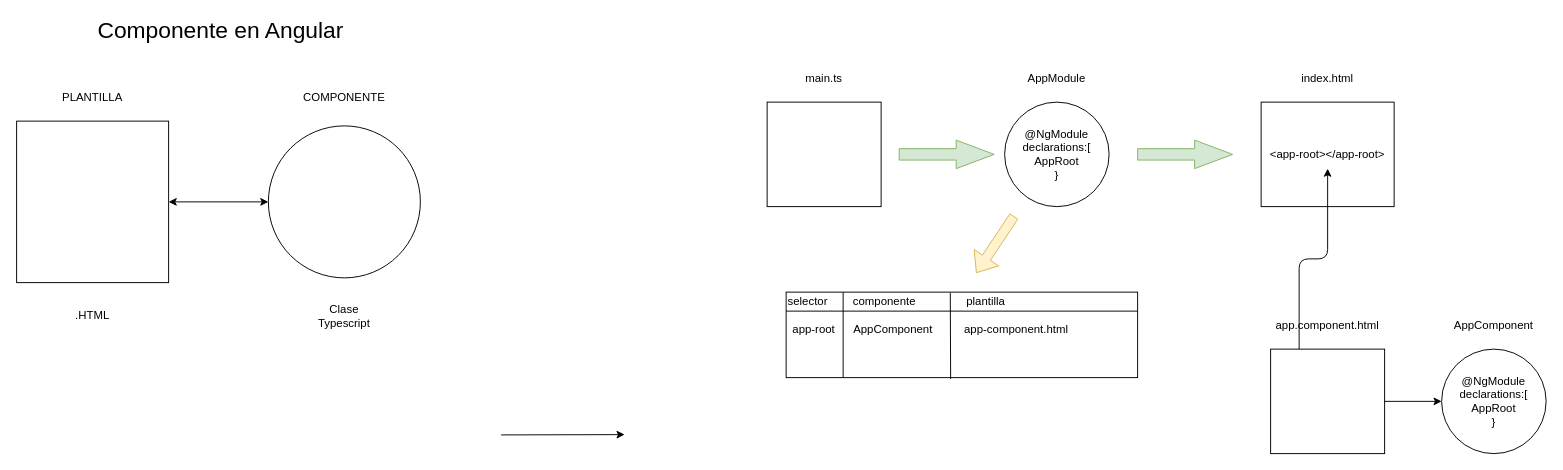
This is page "Página-24" (24 of 28) of dibujos.drawio from lrag/MEAN_2021_2, a draw.io file, before an edit. Source tidied: cells renumbered, new cells numbered last; positions are measured from the earlier drawing's top-left corner, leaving out a move shared by most shapes. Both pictures are drawn from the tidied source at 95%, with x=0, y=0 at pixel (16, 16).
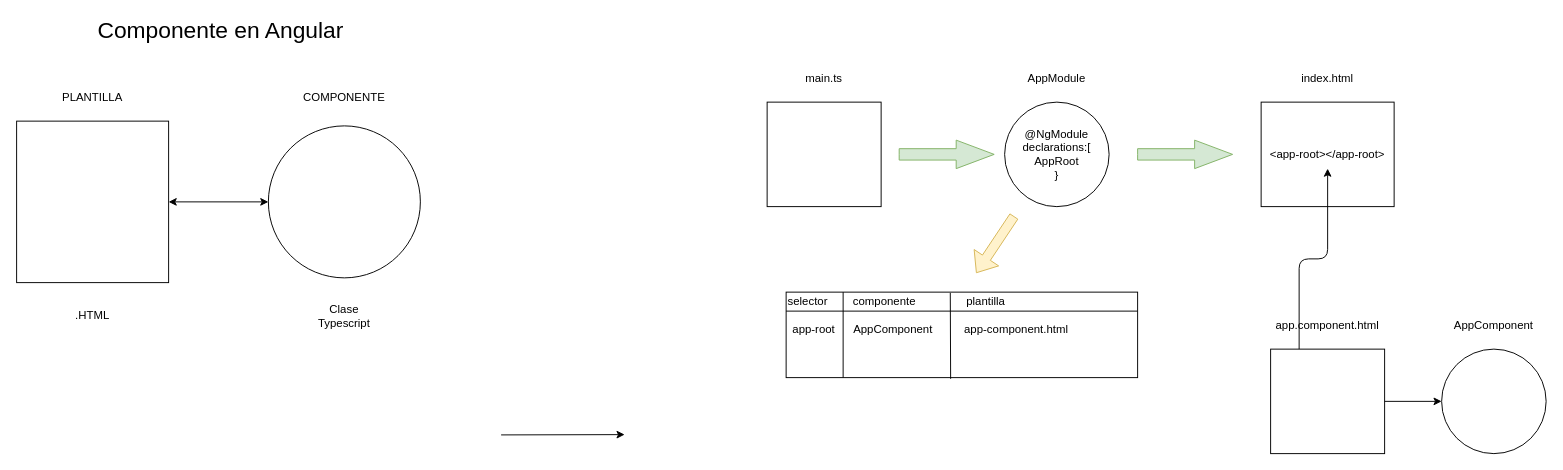
The same diagram, later.

Change to the diagram source:
```diff
@@
-    <mxCell id="24" value="@NgModule&lt;br&gt;declarations:[&lt;br&gt;AppRoot&lt;br&gt;}" style="ellipse;whiteSpace=wrap;html=1;" parent="1" vertex="1">
+    <mxCell id="24" style="ellipse;whiteSpace=wrap;html=1;" parent="1" vertex="1">
       <mxGeometry x="1500" y="350" width="110" height="110" as="geometry" />
     </mxCell>
```
